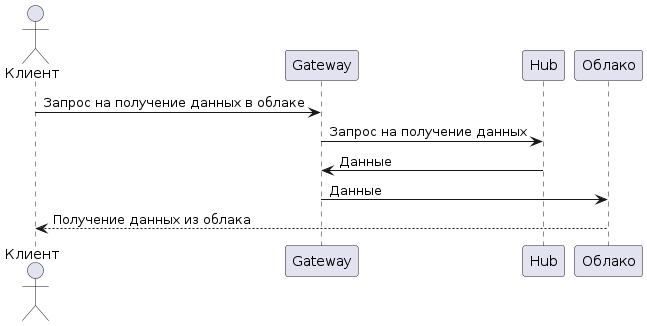
Above: diagrams/basicScenaryHla/basic-scenary-hla.png in SPBU-gateway/artefacts (PlantUML), before the change. Its source is kept beside it as diagrams/basicScenaryHla/basic-scenary-hla.puml.
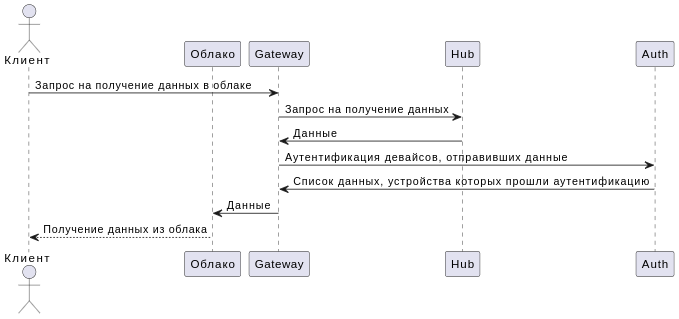
After the change.

The edit, as a diff of the source:
```diff
@@ -1,12 +1,15 @@
 @startuml
 actor Клиент as user
+participant Облако as cloud
 participant Gateway as gateway
 participant Hub as hub
-participant Облако as cloud
+participant Auth as auth
 
 user -> gateway: Запрос на получение данных в облаке
 gateway -> hub: Запрос на получение данных
 hub -> gateway: Данные
+gateway -> auth: Аутентификация девайсов, отправивших данные
+auth -> gateway: Список данных, устройства которых прошли аутентификацию
 gateway -> cloud: Данные
 cloud --> user: Получение данных из облака
 @enduml
```
